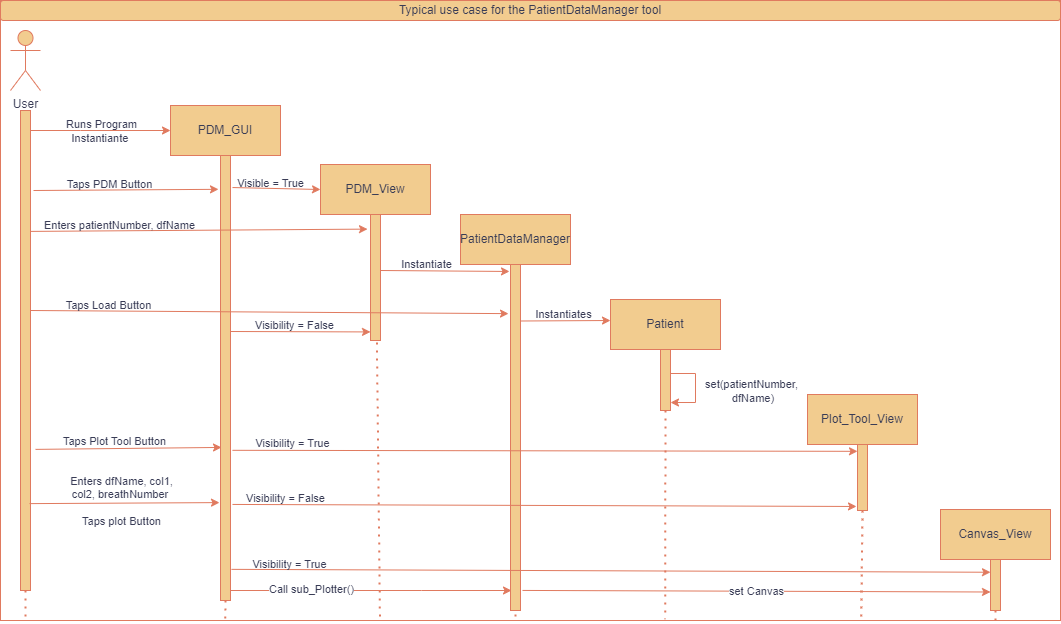
Earlier version of the draw.io export Figures/PDM_Sequence.drawio.png (lleuch18/P9). Source tidied: cells renumbered, new cells last; positions are measured from the earlier drawing's top-left corner, leaving out a move shared by most shapes.
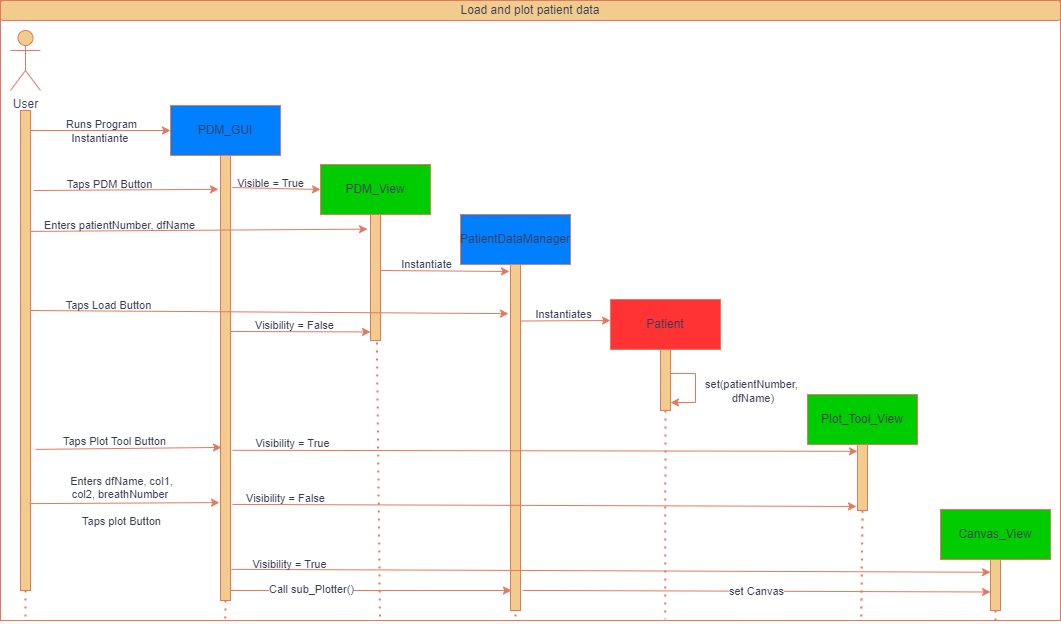
Above is the later version.

Diff of the diagram source:
```diff
@@ -5,10 +5,10 @@
     <mxCell id="2" style="rounded=0;whiteSpace=wrap;html=1;strokeColor=#E07A5F;fontColor=#393C56;fillColor=none;" parent="1" vertex="1">
       <mxGeometry width="1060" height="620" as="geometry" />
     </mxCell>
-    <mxCell id="3" value="PDM_GUI" style="rounded=0;whiteSpace=wrap;html=1;labelBackgroundColor=none;fillColor=#F2CC8F;strokeColor=#E07A5F;fontColor=#393C56;" parent="1" vertex="1">
+    <mxCell id="3" value="PDM_GUI" style="rounded=0;whiteSpace=wrap;html=1;labelBackgroundColor=none;fillColor=#007FFF;strokeColor=#E07A5F;fontColor=#393C56;" parent="1" vertex="1">
       <mxGeometry x="170" y="105" width="110" height="50" as="geometry" />
     </mxCell>
-    <mxCell id="4" value="PDM_View" style="rounded=0;whiteSpace=wrap;html=1;labelBackgroundColor=none;fillColor=#F2CC8F;strokeColor=#E07A5F;fontColor=#393C56;" parent="1" vertex="1">
+    <mxCell id="4" value="PDM_View" style="rounded=0;whiteSpace=wrap;html=1;labelBackgroundColor=none;fillColor=#00CC00;strokeColor=#E07A5F;fontColor=#393C56;" parent="1" vertex="1">
       <mxGeometry x="320" y="164" width="110" height="50" as="geometry" />
     </mxCell>
     <mxCell id="5" style="endArrow=none;dashed=1;html=1;dashPattern=1 3;strokeWidth=2;rounded=0;exitX=0.5;exitY=1;exitDx=0;exitDy=0;startArrow=none;labelBackgroundColor=none;strokeColor=#E07A5F;fontColor=default;" parent="1" edge="1" source="11">
@@ -86,7 +86,7 @@
         <mxPoint x="26" y="-3" as="offset" />
       </mxGeometry>
     </mxCell>
-    <mxCell id="22" value="PatientDataManager" style="rounded=0;whiteSpace=wrap;html=1;labelBackgroundColor=none;fillColor=#F2CC8F;strokeColor=#E07A5F;fontColor=#393C56;" parent="1" vertex="1">
+    <mxCell id="22" value="PatientDataManager" style="rounded=0;whiteSpace=wrap;html=1;labelBackgroundColor=none;fillColor=#007FFF;strokeColor=#E07A5F;fontColor=#393C56;" parent="1" vertex="1">
       <mxGeometry x="460" y="214" width="110" height="50" as="geometry" />
     </mxCell>
     <mxCell id="23" style="rounded=0;whiteSpace=wrap;html=1;labelBackgroundColor=none;fillColor=#F2CC8F;strokeColor=#E07A5F;fontColor=#393C56;" parent="1" vertex="1">
@@ -133,7 +133,7 @@
         <mxPoint x="10" y="-7" as="offset" />
       </mxGeometry>
     </mxCell>
-    <mxCell id="32" value="Patient" style="rounded=0;whiteSpace=wrap;html=1;labelBackgroundColor=none;fillColor=#F2CC8F;strokeColor=#E07A5F;fontColor=#393C56;" parent="1" vertex="1">
+    <mxCell id="32" value="Patient" style="rounded=0;whiteSpace=wrap;html=1;labelBackgroundColor=none;fillColor=#FF3333;strokeColor=#E07A5F;fontColor=#393C56;" parent="1" vertex="1">
       <mxGeometry x="610" y="299" width="110" height="50" as="geometry" />
     </mxCell>
     <mxCell id="33" style="endArrow=classic;html=1;rounded=0;exitX=1.5;exitY=0.706;exitDx=0;exitDy=0;exitPerimeter=0;entryX=0.1;entryY=0.656;entryDx=0;entryDy=0;entryPerimeter=0;labelBackgroundColor=none;strokeColor=#E07A5F;fontColor=default;" parent="1" edge="1" source="23" target="11">
@@ -214,7 +214,7 @@
         <mxPoint y="-7" as="offset" />
       </mxGeometry>
     </mxCell>
-    <mxCell id="50" value="Canvas_View" style="rounded=0;whiteSpace=wrap;html=1;labelBackgroundColor=none;fillColor=#F2CC8F;strokeColor=#E07A5F;fontColor=#393C56;" parent="1" vertex="1">
+    <mxCell id="50" value="Canvas_View" style="rounded=0;whiteSpace=wrap;html=1;labelBackgroundColor=none;fillColor=#00CC00;strokeColor=#E07A5F;fontColor=#393C56;" parent="1" vertex="1">
       <mxGeometry x="940" y="509" width="110" height="50" as="geometry" />
     </mxCell>
     <mxCell id="51" style="endArrow=none;dashed=1;html=1;dashPattern=1 3;strokeWidth=2;rounded=0;exitX=0.5;exitY=1;exitDx=0;exitDy=0;startArrow=none;labelBackgroundColor=none;strokeColor=#E07A5F;fontColor=default;" parent="1" edge="1" source="52">
@@ -241,7 +241,7 @@
         <mxPoint x="25" y="620" as="targetPoint" />
       </mxGeometry>
     </mxCell>
-    <mxCell id="57" value="Typical use case for the PatientDataManager tool" style="rounded=1;whiteSpace=wrap;html=1;labelBackgroundColor=none;fillColor=#F2CC8F;strokeColor=#E07A5F;fontColor=#393C56;" parent="1" vertex="1">
+    <mxCell id="57" value="Load and plot patient data" style="rounded=1;whiteSpace=wrap;html=1;labelBackgroundColor=none;fillColor=#F2CC8F;strokeColor=#E07A5F;fontColor=#393C56;" parent="1" vertex="1">
       <mxGeometry width="1060" height="20" as="geometry" />
     </mxCell>
     <mxCell id="58" style="endArrow=classic;html=1;rounded=0;strokeColor=#E07A5F;fontColor=#393C56;fillColor=#F2CC8F;exitX=0.9;exitY=0.78;exitDx=0;exitDy=0;exitPerimeter=0;entryX=0;entryY=0.768;entryDx=0;entryDy=0;entryPerimeter=0;" parent="1" edge="1">
@@ -263,5 +263,8 @@
         <mxPoint x="990" y="591.5" as="targetPoint" />
       </mxGeometry>
     </mxCell>
+    <mxCell id="61" value="Plot_Tool_View" style="rounded=0;whiteSpace=wrap;html=1;labelBackgroundColor=none;fillColor=#00CC00;strokeColor=#E07A5F;fontColor=#393C56;" parent="1" vertex="1">
+      <mxGeometry x="807" y="394" width="110" height="50" as="geometry" />
+    </mxCell>
   </root>
 </mxGraphModel>
```
